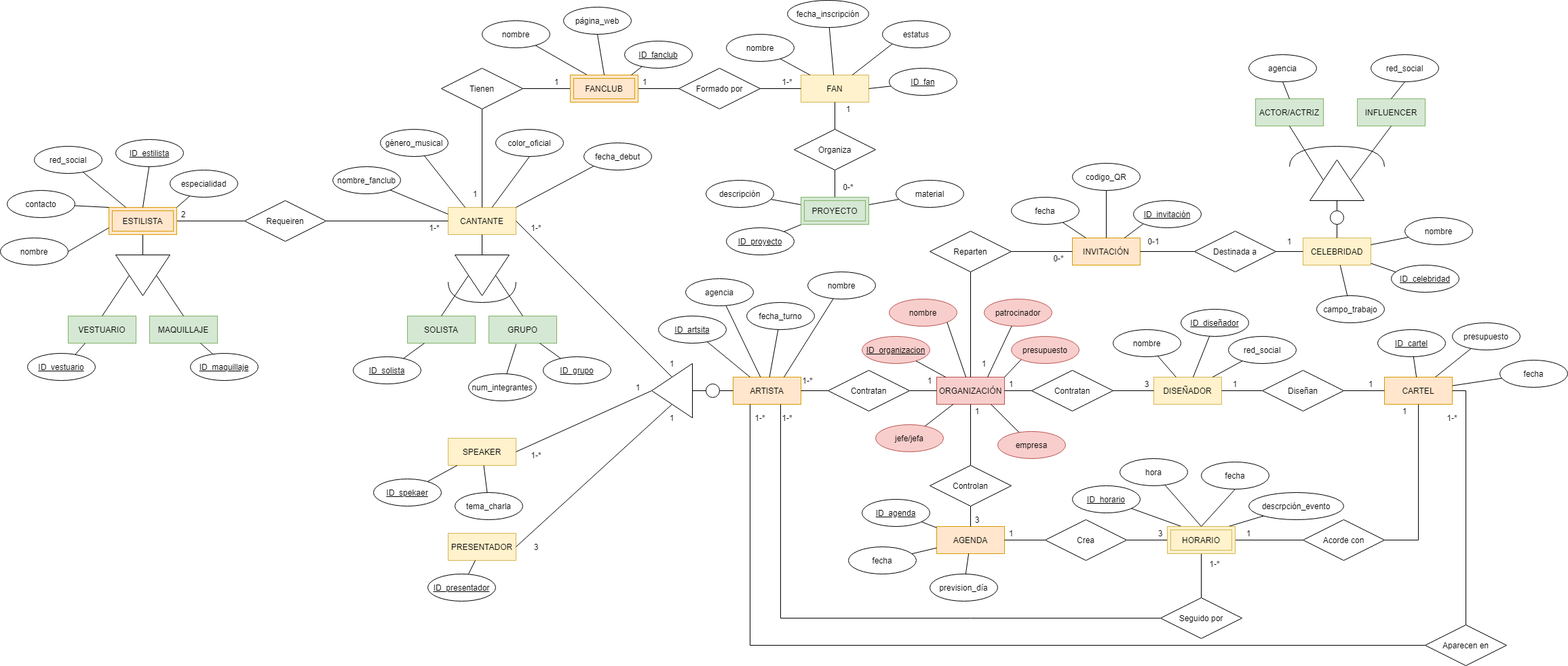
Above: Documentación/2.2-Diagrama_Entidad-Relación.png in nataliacristobal98/ProyectoQuevedoFest (draw.io), before the change. Source tidied: cells renumbered, new cells last; positions are measured from the earlier drawing's top-left corner, leaving out a move shared by most shapes.
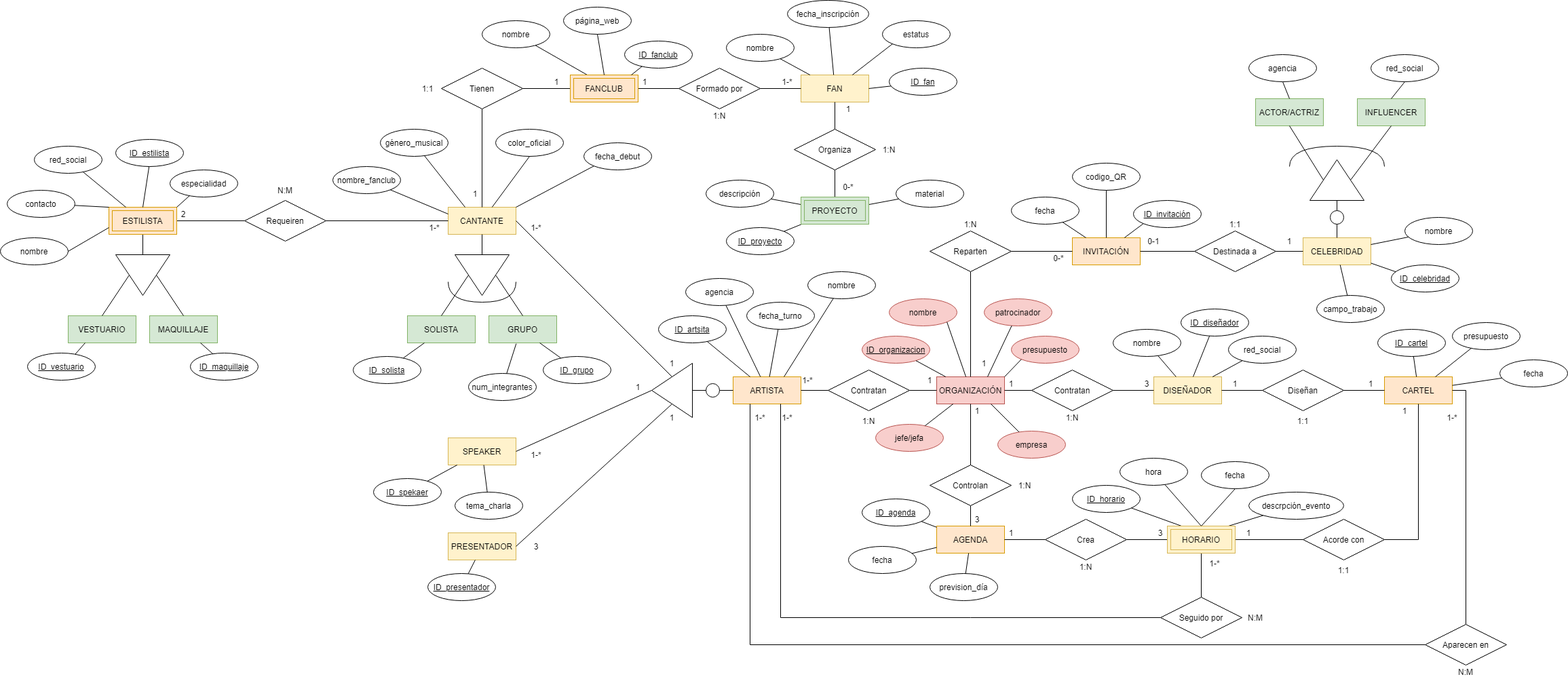
Later version of the same file.

Commit message:
Añadidas cardinalidades en 2.2-Diagrama_Entidad-Relación.png

The edit, as a diff of the source:
```diff
@@ -778,5 +778,47 @@
     <mxCell id="237" style="endArrow=none;html=1;rounded=0;" parent="1" edge="1" source="228" target="2">
       <mxGeometry relative="1" as="geometry" />
     </mxCell>
+    <mxCell id="238" value="N:M" style="text;html=1;strokeColor=none;fillColor=none;align=center;verticalAlign=middle;whiteSpace=wrap;rounded=0;" parent="1" vertex="1">
+      <mxGeometry x="400" y="270" width="40" height="20" as="geometry" />
+    </mxCell>
+    <mxCell id="239" value="1:1" style="text;html=1;strokeColor=none;fillColor=none;align=center;verticalAlign=middle;whiteSpace=wrap;rounded=0;" parent="1" vertex="1">
+      <mxGeometry x="610" y="120" width="40" height="20" as="geometry" />
+    </mxCell>
+    <mxCell id="240" value="1:N" style="text;html=1;strokeColor=none;fillColor=none;align=center;verticalAlign=middle;whiteSpace=wrap;rounded=0;" parent="1" vertex="1">
+      <mxGeometry x="1040" y="160" width="40" height="20" as="geometry" />
+    </mxCell>
+    <mxCell id="241" value="1:N" style="text;html=1;strokeColor=none;fillColor=none;align=center;verticalAlign=middle;whiteSpace=wrap;rounded=0;" parent="1" vertex="1">
+      <mxGeometry x="1290" y="210" width="40" height="20" as="geometry" />
+    </mxCell>
+    <mxCell id="242" value="1:N" style="text;html=1;strokeColor=none;fillColor=none;align=center;verticalAlign=middle;whiteSpace=wrap;rounded=0;" parent="1" vertex="1">
+      <mxGeometry x="1260" y="610" width="40" height="20" as="geometry" />
+    </mxCell>
+    <mxCell id="243" value="1:N" style="text;html=1;strokeColor=none;fillColor=none;align=center;verticalAlign=middle;whiteSpace=wrap;rounded=0;" parent="1" vertex="1">
+      <mxGeometry x="1410" y="320" width="40" height="20" as="geometry" />
+    </mxCell>
+    <mxCell id="244" value="1:N" style="text;html=1;strokeColor=none;fillColor=none;align=center;verticalAlign=middle;whiteSpace=wrap;rounded=0;" parent="1" vertex="1">
+      <mxGeometry x="1560" y="605" width="40" height="20" as="geometry" />
+    </mxCell>
+    <mxCell id="245" value="1:N" style="text;html=1;strokeColor=none;fillColor=none;align=center;verticalAlign=middle;whiteSpace=wrap;rounded=0;" parent="1" vertex="1">
+      <mxGeometry x="1490" y="705" width="40" height="20" as="geometry" />
+    </mxCell>
+    <mxCell id="246" value="1:N" style="text;html=1;strokeColor=none;fillColor=none;align=center;verticalAlign=middle;whiteSpace=wrap;rounded=0;" parent="1" vertex="1">
+      <mxGeometry x="1580" y="825" width="40" height="20" as="geometry" />
+    </mxCell>
+    <mxCell id="247" value="1:1" style="text;html=1;strokeColor=none;fillColor=none;align=center;verticalAlign=middle;whiteSpace=wrap;rounded=0;" parent="1" vertex="1">
+      <mxGeometry x="1800" y="320" width="40" height="20" as="geometry" />
+    </mxCell>
+    <mxCell id="248" value="1:1" style="text;html=1;strokeColor=none;fillColor=none;align=center;verticalAlign=middle;whiteSpace=wrap;rounded=0;" parent="1" vertex="1">
+      <mxGeometry x="1900" y="610" width="40" height="20" as="geometry" />
+    </mxCell>
+    <mxCell id="249" value="1:1" style="text;html=1;strokeColor=none;fillColor=none;align=center;verticalAlign=middle;whiteSpace=wrap;rounded=0;" parent="1" vertex="1">
+      <mxGeometry x="1960" y="830" width="40" height="20" as="geometry" />
+    </mxCell>
+    <mxCell id="250" value="N:M" style="text;html=1;strokeColor=none;fillColor=none;align=center;verticalAlign=middle;whiteSpace=wrap;rounded=0;" parent="1" vertex="1">
+      <mxGeometry x="2140" y="980" width="40" height="20" as="geometry" />
+    </mxCell>
+    <mxCell id="251" value="N:M" style="text;html=1;strokeColor=none;fillColor=none;align=center;verticalAlign=middle;whiteSpace=wrap;rounded=0;" parent="1" vertex="1">
+      <mxGeometry x="1830" y="900" width="40" height="20" as="geometry" />
+    </mxCell>
   </root>
 </mxGraphModel>
```
